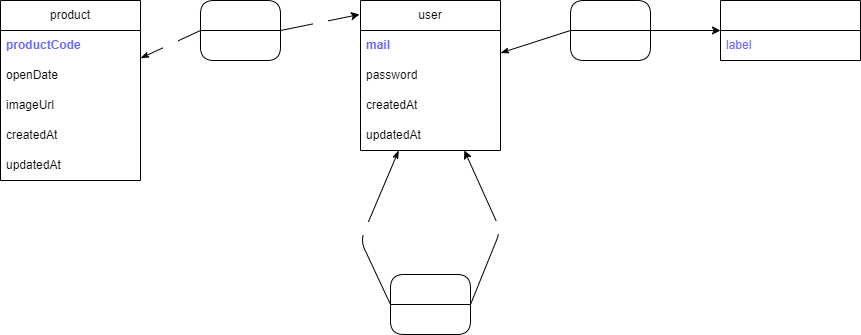
Before: docs/mcd.drawio.png, a diagram exported from draw.io (aviateur22/dlc). Source tidied: cells renumbered, new cells last; positions are measured from the earlier drawing's top-left corner, leaving out a move shared by most shapes.
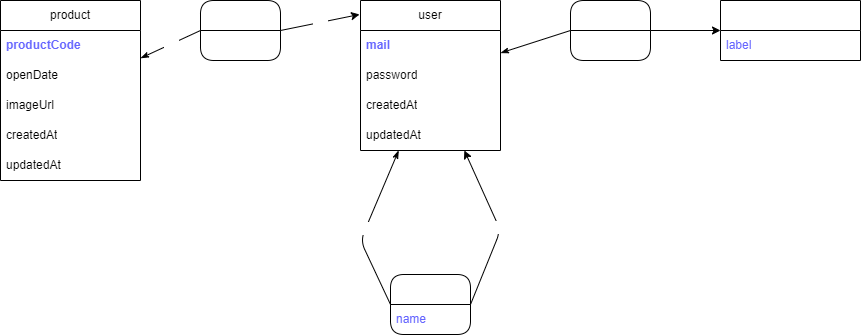
After the commit.

What changed in the source:
```diff
@@ -76,6 +76,9 @@
     <mxCell id="22" value="0,n" style="edgeLabel;html=1;align=center;verticalAlign=middle;rounded=1;fontColor=#FFFFFF;" parent="21" vertex="1">
       <mxGeometry relative="1" as="geometry" />
     </mxCell>
+    <mxCell id="30" value="name" style="text;strokeColor=none;fillColor=none;align=left;verticalAlign=middle;spacingLeft=4;spacingRight=4;overflow=hidden;whiteSpace=wrap;html=1;fontColor=#6666FF;" parent="20" vertex="1">
+      <mxGeometry y="30" width="80" height="30" as="geometry" />
+    </mxCell>
     <mxCell id="23" style="endArrow=none;html=1;fontColor=#FFFFFF;startArrow=classicThin;startFill=1;endFill=0;entryX=0;entryY=0.5;entryDx=0;entryDy=0;" parent="1" edge="1" source="8" target="20">
       <mxGeometry relative="1" as="geometry">
         <Array as="points">
```
